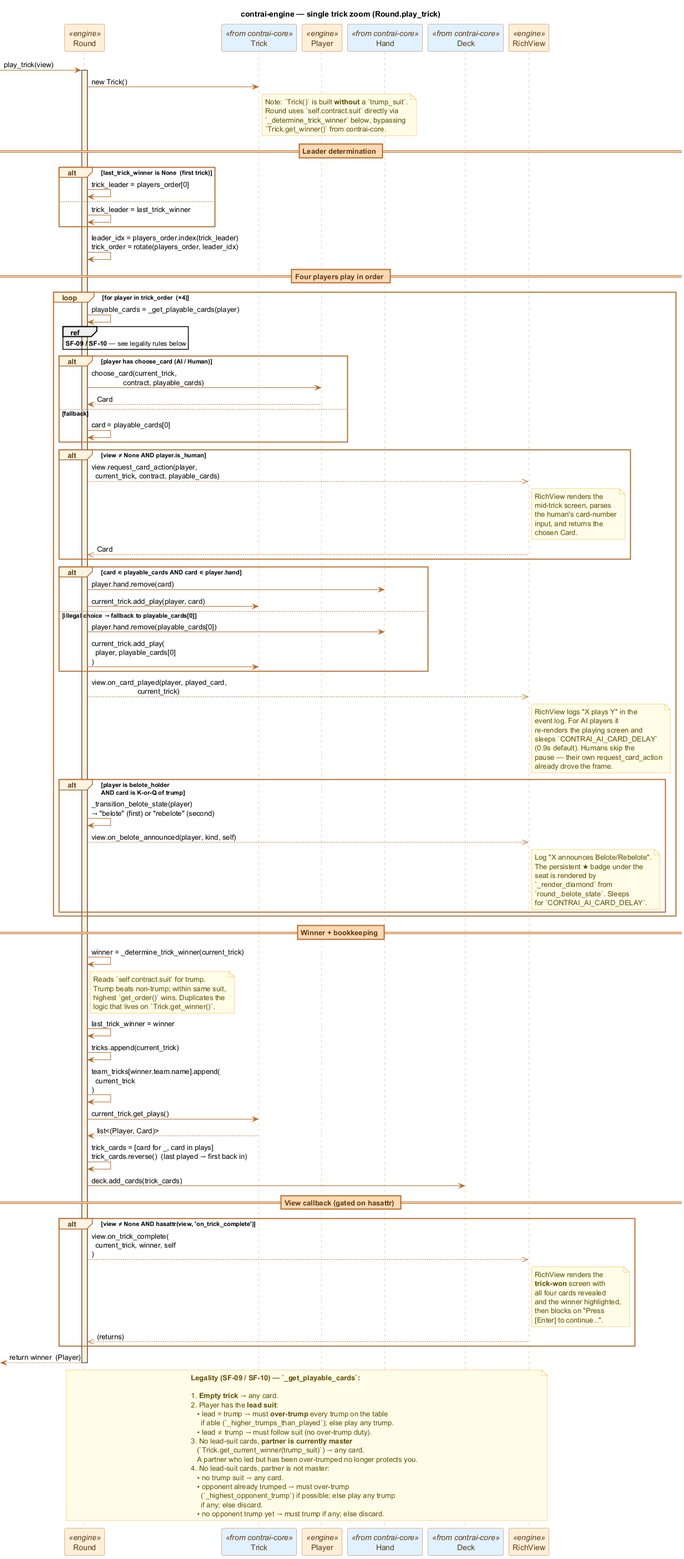
Earlier version of the PlantUML export docs/diagrams/seq_trick.png (valmathieu/ContrAI).
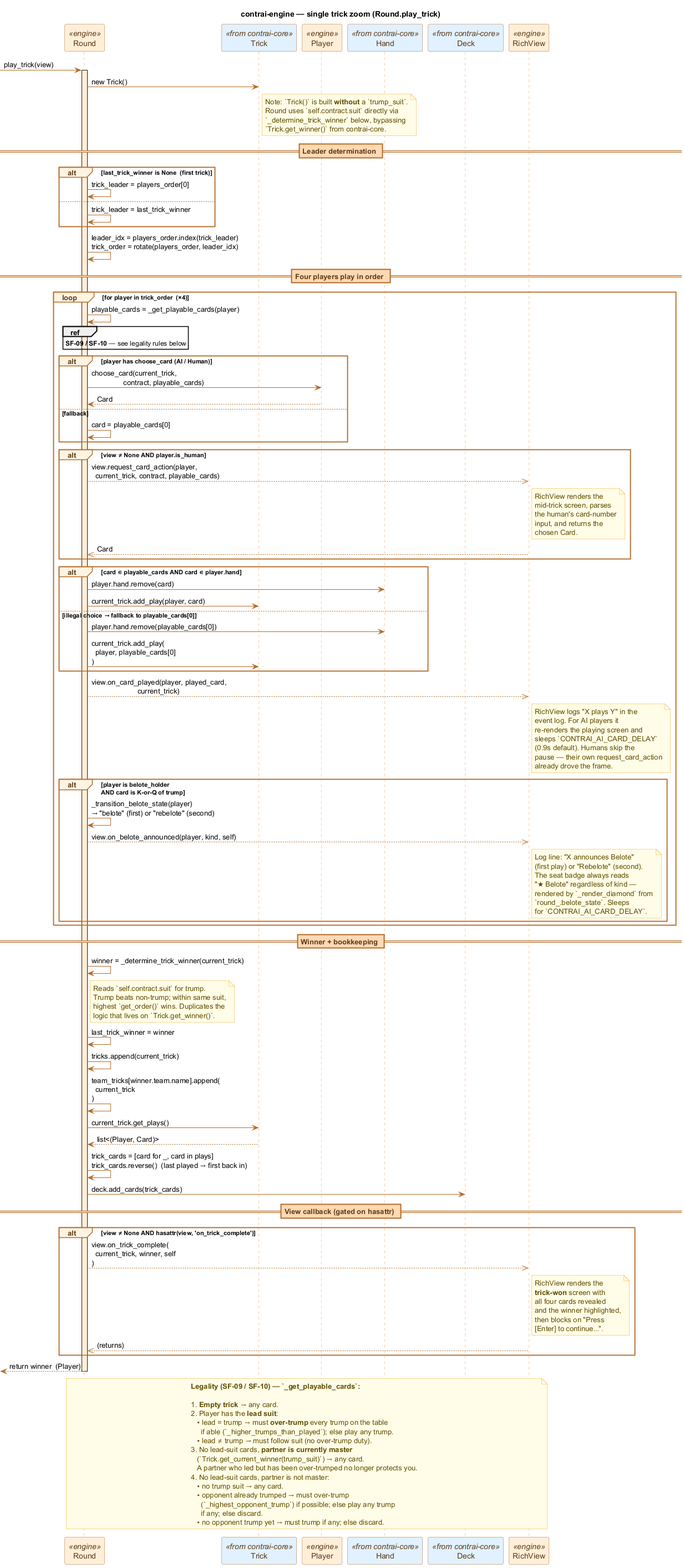
After the commit.

Commit message:
fix(engine): unify belote/rebelote seat badge to '★ Belote'

The edit, as a diff of the source:
```diff
@@ -105,10 +105,11 @@
         R -> R : _transition_belote_state(player)\n→ "belote" (first) or "rebelote" (second)
         R -->> V : view.on_belote_announced(player, kind, self)
         note right of V
-          Log "X announces Belote/Rebelote".
-          The persistent ★ badge under the
-          seat is rendered by
-          `_render_diamond` from
+          Log line: "X announces Belote"
+          (first play) or "Rebelote" (second).
+          The seat badge always reads
+          "★ Belote" regardless of kind —
+          rendered by `_render_diamond` from
           `round_.belote_state`. Sleeps
           for `CONTRAI_AI_CARD_DELAY`.
         end note
```
